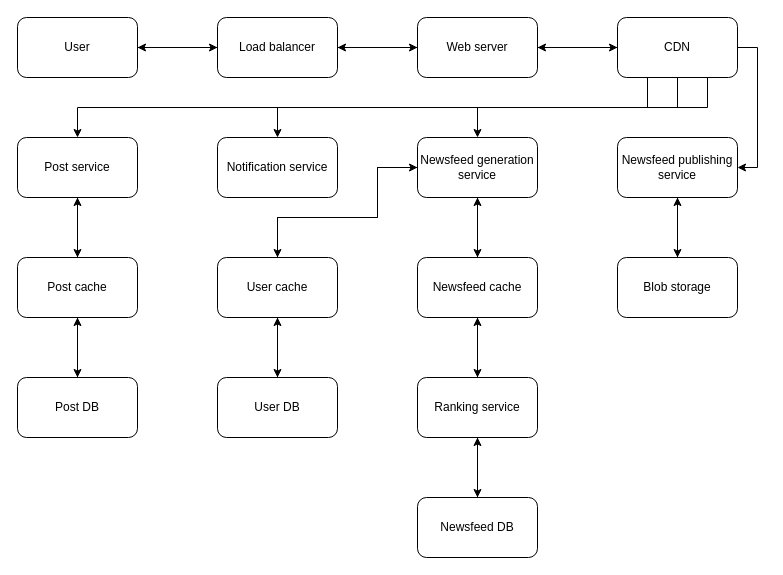
Above: img/system-design/newsfeed2.drawio in riehseun/riehseun.github.io (draw.io), before the change. Source tidied: cells renumbered, new cells numbered last; positions are measured from the earlier drawing's top-left corner, leaving out a move shared by most shapes. Both pictures are drawn from the tidied source at 100%, with x=0, y=0 at pixel (17, 17).
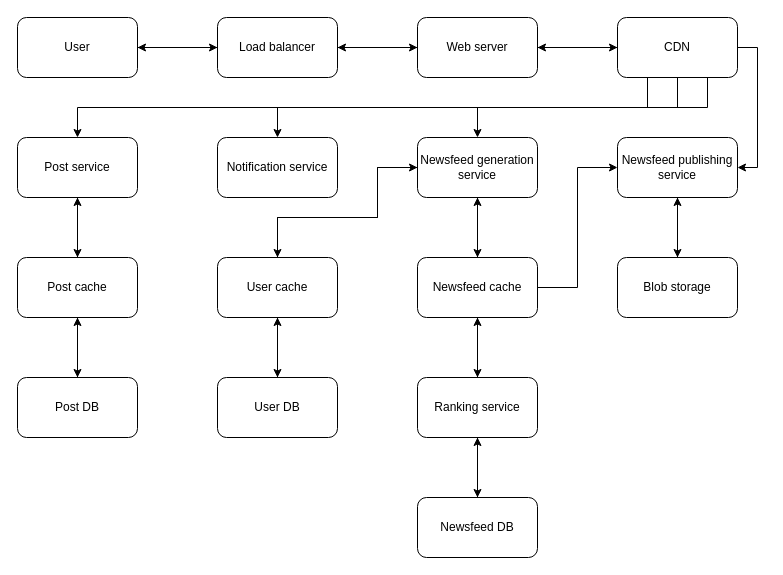
The same page after the edit.

Unchanged cells that the change refers to:
```xml
<mxCell id="23" value="Newsfeed publishing service" style="rounded=1;whiteSpace=wrap;html=1;" parent="1" vertex="1">
  <mxGeometry x="600" y="120" width="120" height="60" as="geometry" />
</mxCell>
<mxCell id="33" value="Newsfeed cache" style="rounded=1;whiteSpace=wrap;html=1;" parent="1" vertex="1">
  <mxGeometry x="400" y="240" width="120" height="60" as="geometry" />
</mxCell>
```

The edit, as a diff of the source:
```diff
@@
+    <mxCell id="44" style="edgeStyle=orthogonalEdgeStyle;rounded=0;jettySize=auto;html=1;exitX=1;exitY=0.5;exitDx=0;exitDy=0;entryX=0;entryY=0.5;entryDx=0;entryDy=0;" parent="1" edge="1" source="33" target="23">
+      <mxGeometry relative="1" as="geometry" />
+    </mxCell>
```
